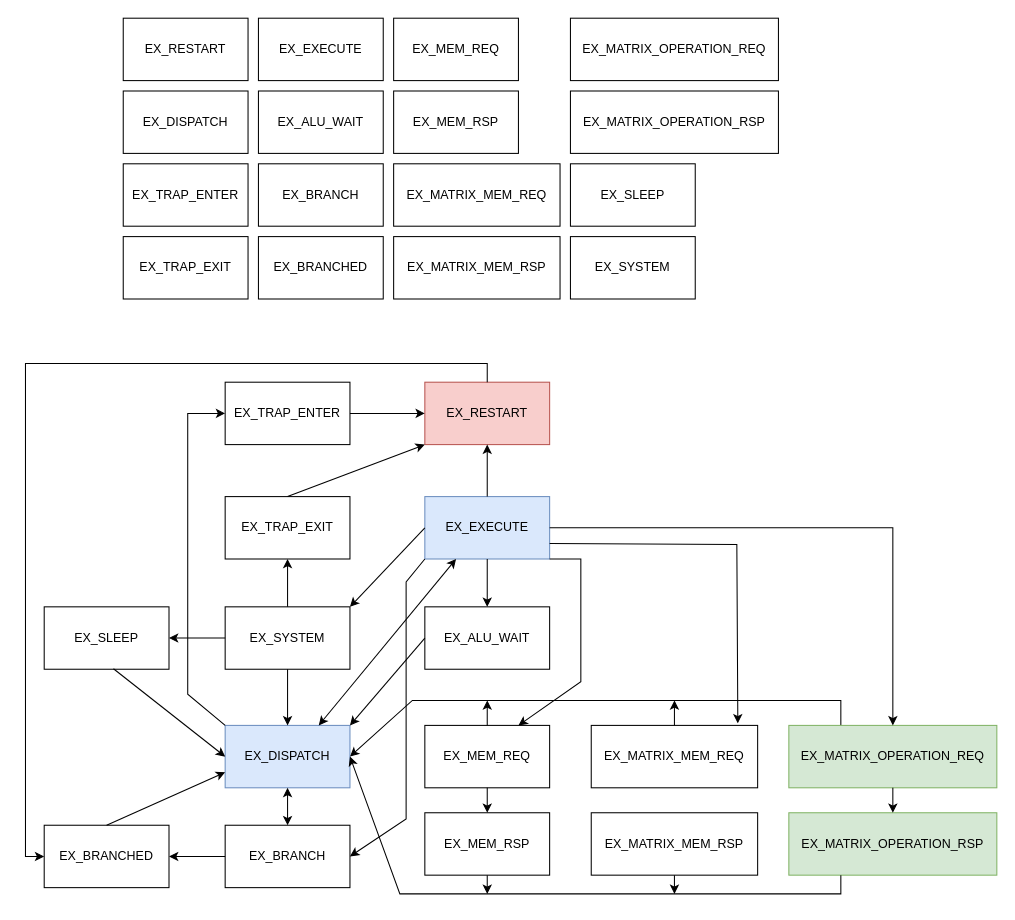
This is drawio/StateMachine.drawio from WolfgangBischoffTHAB/Bachelorarbeit_Report, a draw.io file, before an edit. Source tidied: cells renumbered, new cells numbered last; positions are measured from the earlier drawing's top-left corner, leaving out a move shared by most shapes. Both pictures are drawn from the tidied source at 104%, with x=0, y=0 at pixel (25, 18).
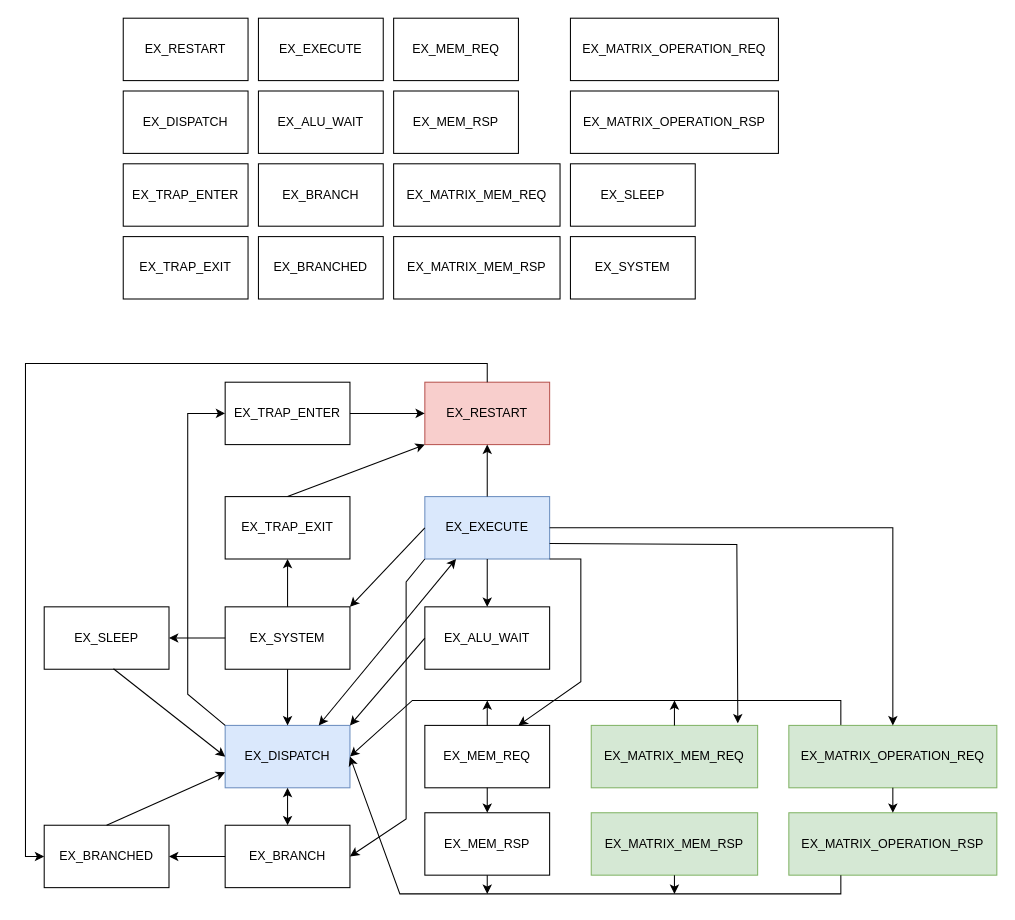
The same diagram, later.

The edit, as a diff of the source:
```diff
@@
-    <mxCell id="31" value="EX_MATRIX_MEM_RSP" style="rounded=0;whiteSpace=wrap;html=1;" parent="1" vertex="1">
+    <mxCell id="31" value="EX_MATRIX_MEM_RSP" style="rounded=0;whiteSpace=wrap;html=1;fillColor=#d5e8d4;strokeColor=#82b366;" parent="1" vertex="1">
       <mxGeometry x="544" y="764" width="160" height="60" as="geometry" />
     </mxCell>
@@
-    <mxCell id="33" value="EX_MATRIX_MEM_REQ" style="rounded=0;whiteSpace=wrap;html=1;" parent="1" vertex="1">
+    <mxCell id="33" value="EX_MATRIX_MEM_REQ" style="rounded=0;whiteSpace=wrap;html=1;fillColor=#d5e8d4;strokeColor=#82b366;" parent="1" vertex="1">
       <mxGeometry x="544" y="680" width="160" height="60" as="geometry" />
     </mxCell>
```
